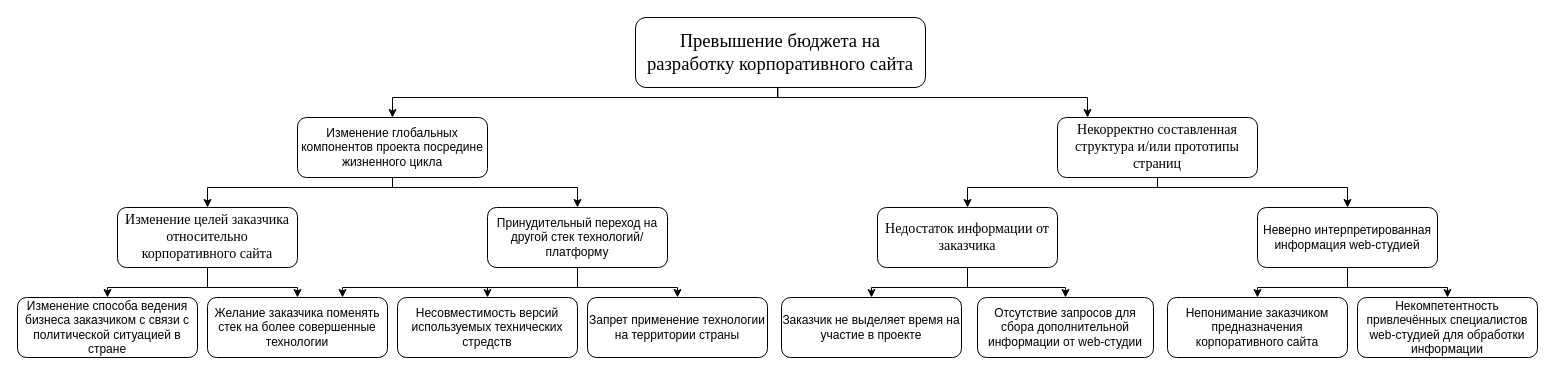
Earlier version of the draw.io diagram page "Дерево причин" (7 of 7) of 3 курс/5 семестр/ТСиСА/Курсовая/модели2ч.drawio (Luzinsan/tusur). Source tidied: cells renumbered, new cells numbered last; positions are measured from the earlier drawing's top-left corner, leaving out a move shared by most shapes. Both pictures are drawn from the tidied source at 100%, with x=0, y=0 at pixel (17, 17).
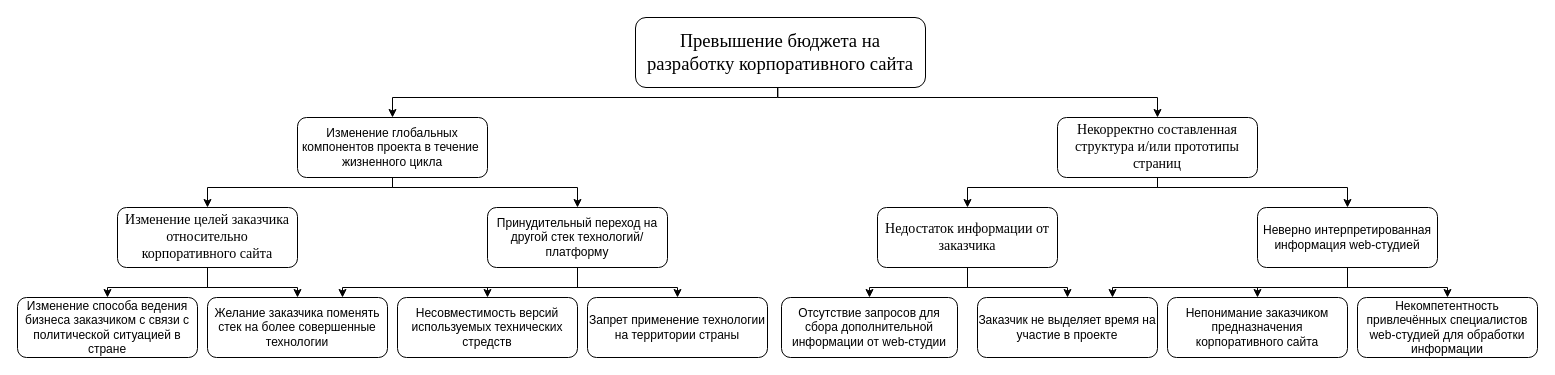
The same page after the edit.

Unchanged cells that the change refers to:
```xml
<mxCell id="4" value="&lt;div style=&quot;text-align: center; text-indent: 0px;&quot;&gt;&lt;span style=&quot;background-color: transparent; text-align: left; text-indent: 1.25cm; font-size: 18px;&quot;&gt;&lt;font face=&quot;Times New Roman&quot;&gt;П&lt;/font&gt;&lt;/span&gt;&lt;span style=&quot;background-color: transparent; font-family: &amp;quot;Times New Roman&amp;quot;, serif; font-size: 14pt; text-align: left; text-indent: 1.25cm;&quot;&gt;ревышение бюджета на разработку корпоративного сайта&lt;/span&gt;&lt;/div&gt;" style="rounded=1;whiteSpace=wrap;html=1;" parent="1" vertex="1">
  <mxGeometry x="618" width="290" height="70" as="geometry" />
</mxCell>
<mxCell id="10" value="Некорректно составленная структура и/или прототипы страниц" style="rounded=1;whiteSpace=wrap;html=1;fontFamily=Times New Roman;fontSize=14;" parent="1" vertex="1">
  <mxGeometry x="1040" y="100" width="200" height="60" as="geometry" />
</mxCell>
<mxCell id="20" value="&lt;font face=&quot;Times New Roman&quot;&gt;&lt;span style=&quot;font-size: 14px;&quot;&gt;Недостаток информации от заказчика&lt;/span&gt;&lt;/font&gt;" style="rounded=1;whiteSpace=wrap;html=1;" parent="1" vertex="1">
  <mxGeometry x="860" y="190" width="180" height="60" as="geometry" />
</mxCell>
<mxCell id="23" value="Неверно интерпретированная информация web-студией" style="rounded=1;whiteSpace=wrap;html=1;" parent="1" vertex="1">
  <mxGeometry x="1240" y="190" width="180" height="60" as="geometry" />
</mxCell>
```

The edit, as a diff of the source:
```diff
@@
-    <mxCell id="3" style="edgeStyle=orthogonalEdgeStyle;rounded=0;jettySize=auto;html=1;exitX=0.491;exitY=1.008;exitDx=0;exitDy=0;exitPerimeter=0;" parent="1" edge="1" source="4" target="10">
+    <mxCell id="3" style="edgeStyle=orthogonalEdgeStyle;rounded=0;jettySize=auto;html=1;exitX=0.491;exitY=1.008;exitDx=0;exitDy=0;exitPerimeter=0;entryX=0.5;entryY=0;entryDx=0;entryDy=0;" parent="1" edge="1" source="4" target="10">
       <mxGeometry relative="1" as="geometry">
         <Array as="points">
           <mxPoint x="760" y="80" />
-          <mxPoint x="1070" y="80" />
+          <mxPoint x="1140" y="80" />
         </Array>
       </mxGeometry>
     </mxCell>
@@
-    <mxCell id="7" value="Изменение глобальных компонентов проекта посредине жизненного цикла" style="rounded=1;whiteSpace=wrap;html=1;" parent="1" vertex="1">
+    <mxCell id="7" value="Изменение глобальных компонентов проекта в течение&amp;nbsp; жизненного цикла" style="rounded=1;whiteSpace=wrap;html=1;" parent="1" vertex="1">
       <mxGeometry x="280" y="100" width="190" height="60" as="geometry" />
     </mxCell>
@@
     <mxCell id="18" style="edgeStyle=orthogonalEdgeStyle;rounded=0;jettySize=auto;html=1;entryX=0.5;entryY=0;entryDx=0;entryDy=0;exitX=0.5;exitY=1;exitDx=0;exitDy=0;" parent="1" edge="1" source="20" target="26">
       <mxGeometry relative="1" as="geometry">
         <Array as="points">
           <mxPoint x="950" y="270" />
-          <mxPoint x="854" y="270" />
+          <mxPoint x="1050" y="270" />
         </Array>
       </mxGeometry>
     </mxCell>
@@
+    <mxCell id="32" style="edgeStyle=orthogonalEdgeStyle;rounded=0;jettySize=auto;html=1;entryX=0.75;entryY=0;entryDx=0;entryDy=0;" parent="1" edge="1" source="23" target="26">
+      <mxGeometry relative="1" as="geometry">
+        <Array as="points">
+          <mxPoint x="1330" y="270" />
+          <mxPoint x="1095" y="270" />
+        </Array>
+      </mxGeometry>
+    </mxCell>
@@
     <mxCell id="26" value="Заказчик не выделяет время на участие в проекте" style="rounded=1;whiteSpace=wrap;html=1;" parent="1" vertex="1">
-      <mxGeometry x="764" y="280" width="180" height="60" as="geometry" />
+      <mxGeometry x="960" y="280" width="180" height="60" as="geometry" />
     </mxCell>
     <mxCell id="27" value="Отсутствие запросов для сбора дополнительной информации от web-студии" style="rounded=1;whiteSpace=wrap;html=1;" parent="1" vertex="1">
-      <mxGeometry x="960" y="280" width="176" height="60" as="geometry" />
+      <mxGeometry x="764" y="280" width="176" height="60" as="geometry" />
     </mxCell>
```
